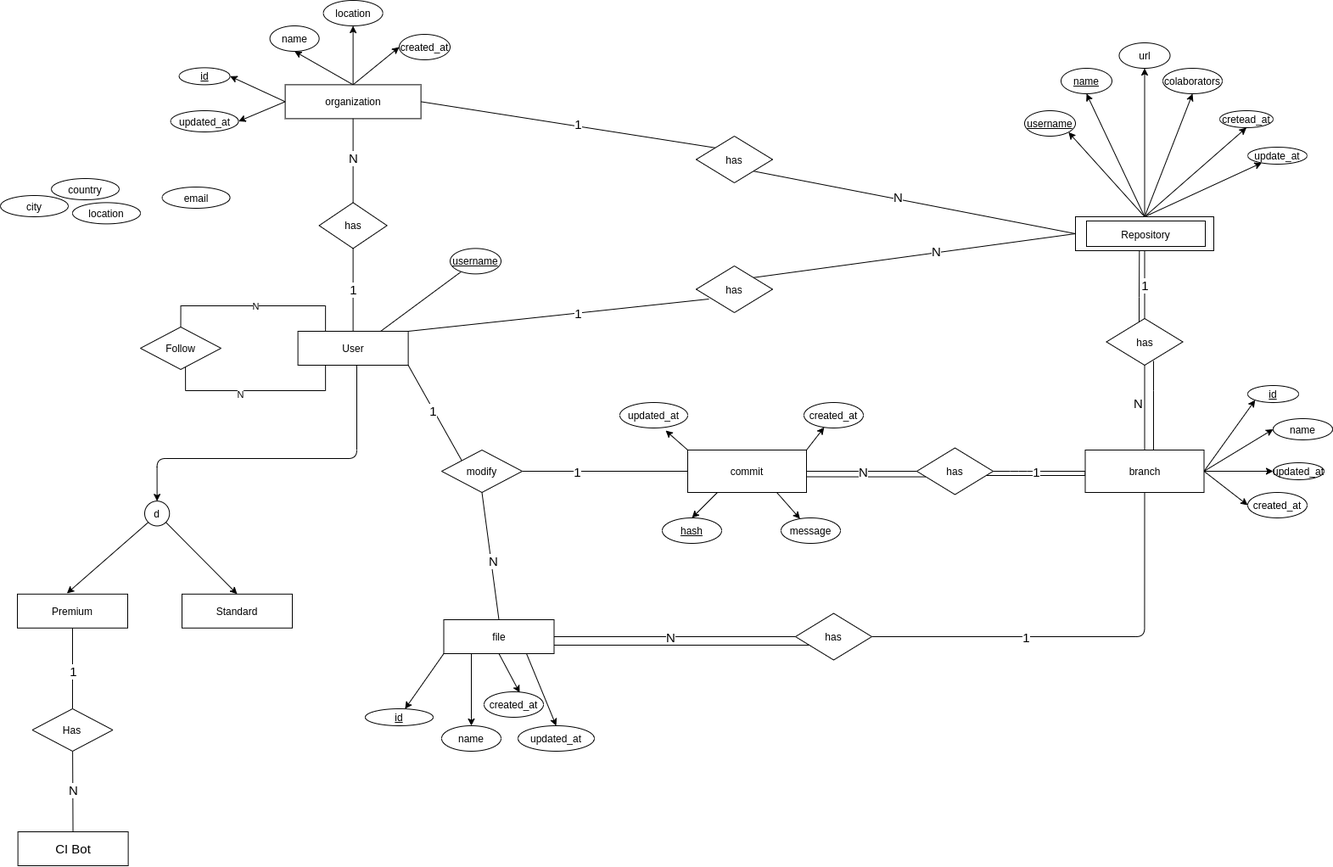
mateusgomes01/gdi-project-2020-1 keeps this draw.io diagram as ER/GitBoomer Entity-Relationship diagram1.png. Above is the earlier version. Source tidied: cells renumbered, new cells last; positions are measured from the earlier drawing's top-left corner, leaving out a move shared by most shapes.
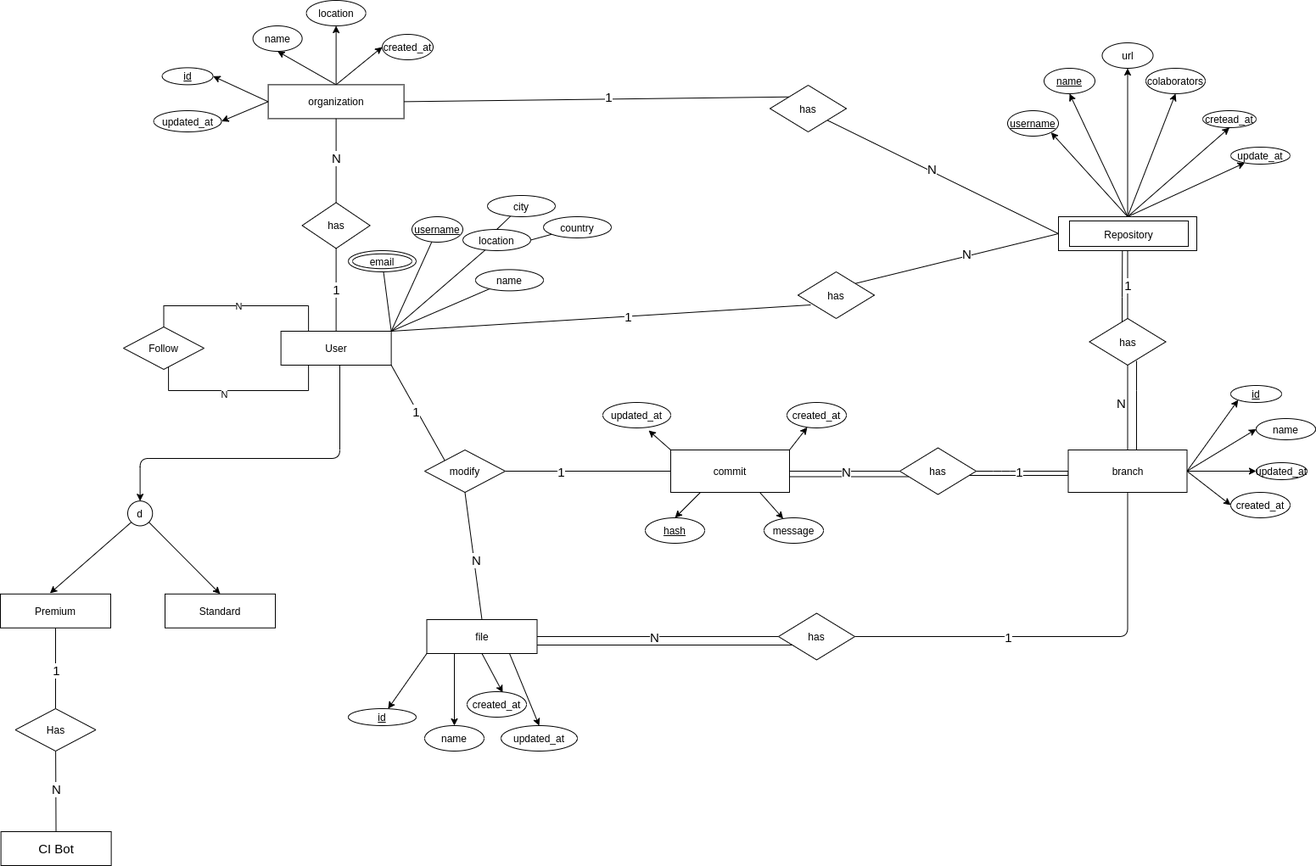
Later version of the same file.

What changed in the source:
```diff
@@ -41,7 +41,7 @@
       </mxGeometry>
     </mxCell>
     <mxCell id="10" value="has" style="shape=rhombus;perimeter=rhombusPerimeter;whiteSpace=wrap;html=1;align=center;" parent="1" vertex="1">
-      <mxGeometry x="820" y="313" width="90" height="55" as="geometry" />
+      <mxGeometry x="960" y="320" width="90" height="55" as="geometry" />
     </mxCell>
     <mxCell id="11" style="rounded=1;jettySize=auto;html=1;entryX=1;entryY=1;entryDx=0;entryDy=0;fontSize=15;startArrow=none;startFill=0;endArrow=none;endFill=0;exitX=0;exitY=0;exitDx=0;exitDy=0;" parent="1" edge="1" source="15" target="5">
       <mxGeometry relative="1" as="geometry" />
@@ -396,7 +396,7 @@
       <mxGeometry x="-0.1" y="3" relative="1" as="geometry" />
     </mxCell>
     <mxCell id="112" value="has" style="shape=rhombus;perimeter=rhombusPerimeter;whiteSpace=wrap;html=1;align=center;" parent="1" vertex="1">
-      <mxGeometry x="820" y="160" width="90" height="55" as="geometry" />
+      <mxGeometry x="927" y="100" width="90" height="55" as="geometry" />
     </mxCell>
     <mxCell id="113" style="edgeStyle=orthogonalEdgeStyle;rounded=0;jettySize=auto;html=1;endArrow=none;endFill=0;exitX=0.5;exitY=1;exitDx=0;exitDy=0;entryX=0.25;entryY=1;entryDx=0;entryDy=0;" parent="1" edge="1" target="5">
       <mxGeometry relative="1" as="geometry">
@@ -415,23 +415,47 @@
     <mxCell id="115" value="Follow" style="shape=rhombus;perimeter=rhombusPerimeter;whiteSpace=wrap;html=1;align=center;" parent="1" vertex="1">
       <mxGeometry x="165" y="385" width="95" height="50" as="geometry" />
     </mxCell>
+    <mxCell id="122" style="rounded=0;jettySize=auto;html=1;entryX=1;entryY=0;entryDx=0;entryDy=0;endArrow=none;endFill=0;" parent="1" edge="1" source="116" target="5">
+      <mxGeometry relative="1" as="geometry" />
+    </mxCell>
     <mxCell id="116" value="location" style="ellipse;whiteSpace=wrap;html=1;align=center;" parent="1" vertex="1">
-      <mxGeometry x="85" y="238.4" width="80" height="25" as="geometry" />
+      <mxGeometry x="565" y="270" width="80" height="25" as="geometry" />
     </mxCell>
+    <mxCell id="123" style="rounded=0;jettySize=auto;html=1;entryX=0.5;entryY=0;entryDx=0;entryDy=0;endArrow=none;endFill=0;" parent="1" edge="1" source="117" target="116">
+      <mxGeometry relative="1" as="geometry" />
+    </mxCell>
     <mxCell id="117" value="city" style="ellipse;whiteSpace=wrap;html=1;align=center;" parent="1" vertex="1">
-      <mxGeometry y="230" width="80" height="25" as="geometry" />
+      <mxGeometry x="594" y="230" width="80" height="25" as="geometry" />
     </mxCell>
+    <mxCell id="124" style="rounded=0;jettySize=auto;html=1;entryX=1;entryY=0.5;entryDx=0;entryDy=0;endArrow=none;endFill=0;" parent="1" edge="1" source="118" target="116">
+      <mxGeometry relative="1" as="geometry" />
+    </mxCell>
     <mxCell id="118" value="country" style="ellipse;whiteSpace=wrap;html=1;align=center;" parent="1" vertex="1">
-      <mxGeometry x="60" y="210" width="80" height="25" as="geometry" />
+      <mxGeometry x="660" y="255" width="80" height="25" as="geometry" />
     </mxCell>
-    <mxCell id="119" value="email" style="ellipse;whiteSpace=wrap;html=1;align=center;" parent="1" vertex="1">
-      <mxGeometry x="190.6" y="220" width="80" height="25" as="geometry" />
-    </mxCell>
+    <mxCell id="125" style="rounded=0;jettySize=auto;html=1;entryX=1;entryY=0;entryDx=0;entryDy=0;endArrow=none;endFill=0;" parent="1" edge="1" source="119" target="5">
+      <mxGeometry relative="1" as="geometry" />
+    </mxCell>
-    <mxCell id="120" style="rounded=0;jettySize=auto;html=1;entryX=0.75;entryY=0;entryDx=0;entryDy=0;fontSize=15;endArrow=none;endFill=0;" parent="1" edge="1" source="121" target="5">
+    <mxCell id="120" style="rounded=0;jettySize=auto;html=1;fontSize=15;endArrow=none;endFill=0;entryX=1;entryY=0;entryDx=0;entryDy=0;" parent="1" edge="1" source="121" target="5">
       <mxGeometry relative="1" as="geometry" />
     </mxCell>
     <mxCell id="121" value="&lt;u&gt;username&lt;/u&gt;" style="ellipse;whiteSpace=wrap;html=1;align=center;" parent="1" vertex="1">
-      <mxGeometry x="530" y="292.4" width="60" height="30" as="geometry" />
+      <mxGeometry x="505" y="255" width="60" height="30" as="geometry" />
     </mxCell>
+    <mxCell id="126" style="rounded=0;jettySize=auto;html=1;entryX=1;entryY=0;entryDx=0;entryDy=0;endArrow=none;endFill=0;" parent="1" edge="1" source="127" target="5">
+      <mxGeometry relative="1" as="geometry" />
+    </mxCell>
+    <mxCell id="127" value="name" style="ellipse;whiteSpace=wrap;html=1;align=center;" parent="1" vertex="1">
+      <mxGeometry x="580" y="317.4" width="80" height="25" as="geometry" />
+    </mxCell>
+    <mxCell id="128" style="group;" parent="1" vertex="1">
+      <mxGeometry x="430" y="295" width="80" height="25" as="geometry" />
+    </mxCell>
+    <mxCell id="119" value="email" style="ellipse;whiteSpace=wrap;html=1;align=center;" parent="128" vertex="1">
+      <mxGeometry width="80" height="25" as="geometry" />
+    </mxCell>
+    <mxCell id="129" value="email" style="ellipse;whiteSpace=wrap;html=1;align=center;" parent="128" vertex="1">
+      <mxGeometry x="5" y="3.8" width="70" height="17.4" as="geometry" />
+    </mxCell>
   </root>
 </mxGraphModel>
```
